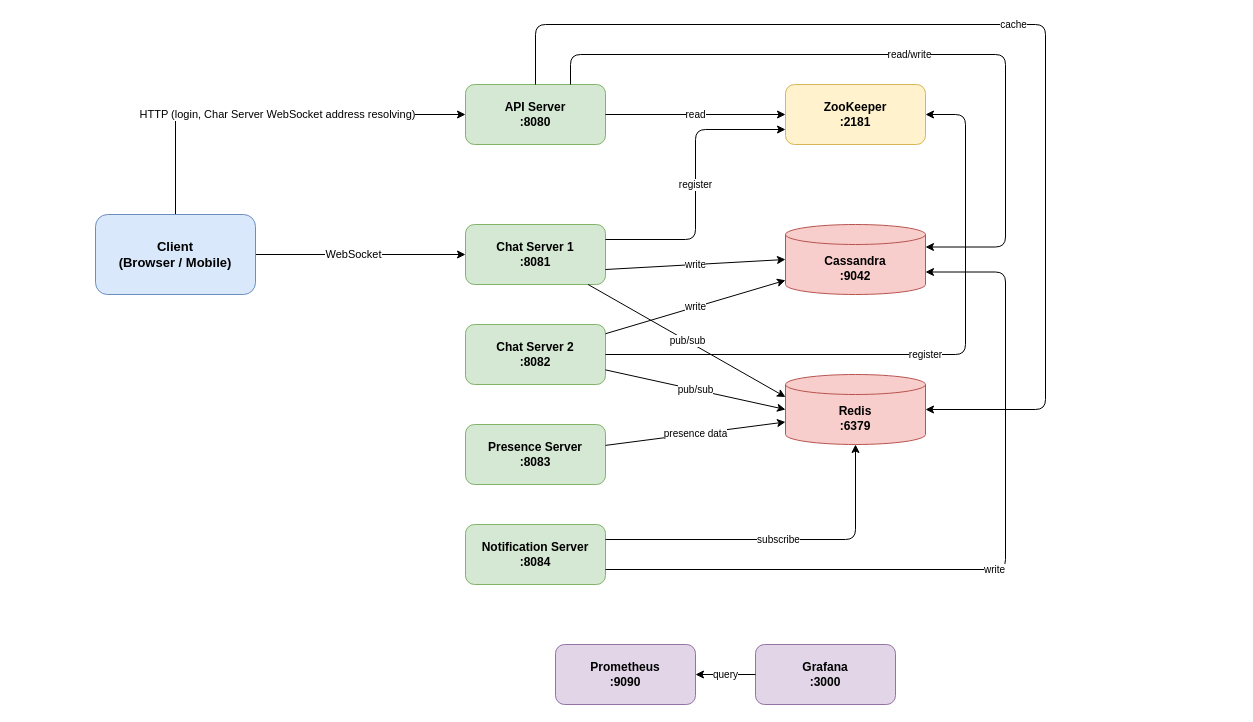
Above: docs/components.drawio in azastashkov/chat-system (draw.io), before the change. Source tidied: cells renumbered, new cells numbered last; positions are measured from the earlier drawing's top-left corner, leaving out a move shared by most shapes. Both pictures are drawn from the tidied source at 100%, with x=0, y=0 at pixel (95, 24).
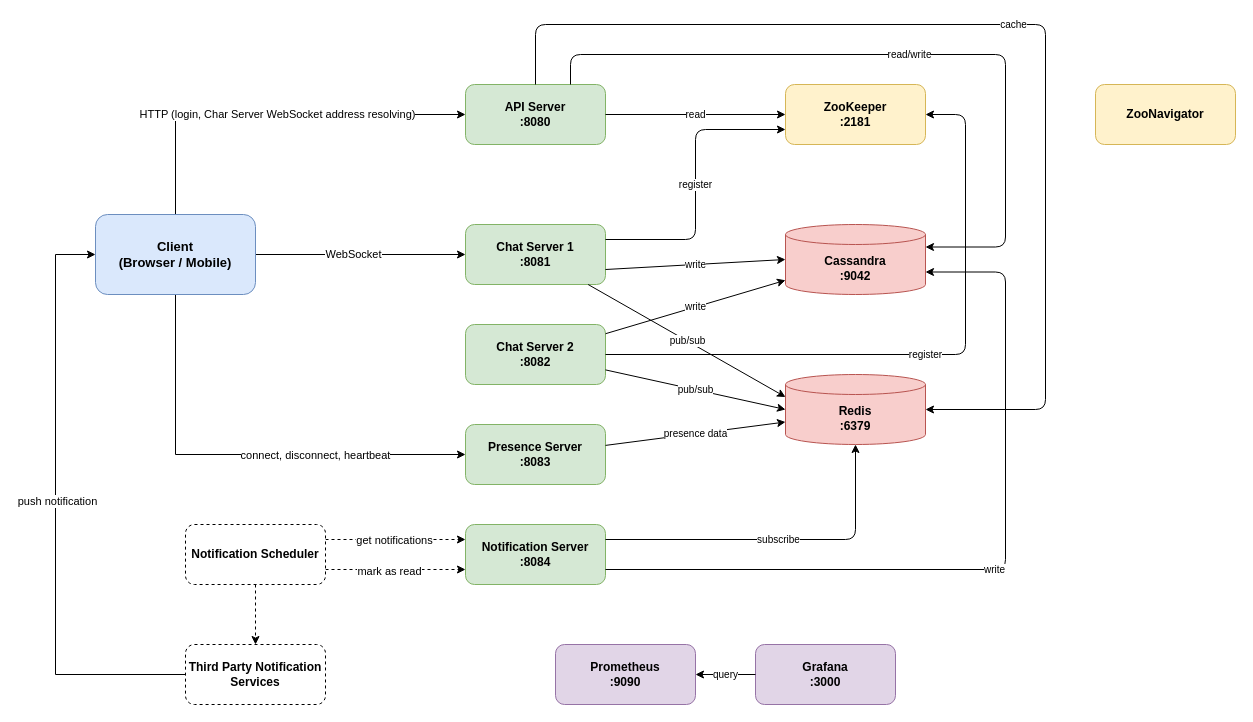
The same page after the edit.

Unchanged cells that the change refers to:
```xml
<mxCell id="6" value="Client&#10;(Browser / Mobile)" style="rounded=1;whiteSpace=wrap;html=1;fillColor=#dae8fc;strokeColor=#6c8ebf;fontStyle=1;fontSize=13;" parent="1" vertex="1">
  <mxGeometry y="190" width="160" height="80" as="geometry" />
</mxCell>
<mxCell id="10" value="Presence Server&#10;:8083" style="rounded=1;whiteSpace=wrap;html=1;fillColor=#d5e8d4;strokeColor=#82b366;fontStyle=1;fontSize=12;" parent="1" vertex="1">
  <mxGeometry x="370" y="400" width="140" height="60" as="geometry" />
</mxCell>
<mxCell id="11" value="Notification Server&#10;:8084" style="rounded=1;whiteSpace=wrap;html=1;fillColor=#d5e8d4;strokeColor=#82b366;fontStyle=1;fontSize=12;" parent="1" vertex="1">
  <mxGeometry x="370" y="500" width="140" height="60" as="geometry" />
</mxCell>
```

The edit, as a diff of the source:
```diff
@@
+    <mxCell id="30" style="edgeStyle=orthogonalEdgeStyle;rounded=0;jettySize=auto;html=1;exitX=0.5;exitY=1;exitDx=0;exitDy=0;entryX=0;entryY=0.5;entryDx=0;entryDy=0;" parent="1" edge="1" source="6" target="10">
+      <mxGeometry relative="1" as="geometry" />
+    </mxCell>
+    <mxCell id="31" value="connect, disconnect, heartbeat" style="edgeLabel;html=1;align=center;verticalAlign=middle;" parent="30" vertex="1">
+      <mxGeometry x="0.33" relative="1" as="geometry" />
+    </mxCell>
@@
+    <mxCell id="32" value="ZooNavigator" style="rounded=1;whiteSpace=wrap;html=1;fillColor=#fff2cc;strokeColor=#d6b656;fontStyle=1;fontSize=12;" parent="1" vertex="1">
+      <mxGeometry x="1000" y="60" width="140" height="60" as="geometry" />
+    </mxCell>
+    <mxCell id="33" style="edgeStyle=orthogonalEdgeStyle;rounded=0;jettySize=auto;html=1;exitX=1;exitY=0.25;exitDx=0;exitDy=0;entryX=0;entryY=0.25;entryDx=0;entryDy=0;dashed=1;" parent="1" edge="1" source="38" target="11">
+      <mxGeometry relative="1" as="geometry" />
+    </mxCell>
+    <mxCell id="34" value="get notifications" style="edgeLabel;html=1;align=center;verticalAlign=middle;" parent="33" vertex="1">
+      <mxGeometry x="-0.03" relative="1" as="geometry" />
+    </mxCell>
+    <mxCell id="35" style="edgeStyle=orthogonalEdgeStyle;rounded=0;jettySize=auto;html=1;exitX=1;exitY=0.75;exitDx=0;exitDy=0;entryX=0;entryY=0.75;entryDx=0;entryDy=0;dashed=1;" parent="1" edge="1" source="38" target="11">
+      <mxGeometry relative="1" as="geometry" />
+    </mxCell>
+    <mxCell id="36" value="mark as read" style="edgeLabel;html=1;align=center;verticalAlign=middle;" parent="35" vertex="1">
+      <mxGeometry x="-0.1" y="-1" relative="1" as="geometry" />
+    </mxCell>
+    <mxCell id="37" style="edgeStyle=orthogonalEdgeStyle;rounded=0;jettySize=auto;html=1;exitX=0.5;exitY=1;exitDx=0;exitDy=0;entryX=0.5;entryY=0;entryDx=0;entryDy=0;dashed=1;" parent="1" edge="1" source="38" target="41">
+      <mxGeometry relative="1" as="geometry" />
+    </mxCell>
+    <mxCell id="38" value="Notification Scheduler" style="rounded=1;whiteSpace=wrap;html=1;fontStyle=1;fontSize=12;dashed=1;" parent="1" vertex="1">
+      <mxGeometry x="90" y="500" width="140" height="60" as="geometry" />
+    </mxCell>
+    <mxCell id="39" style="edgeStyle=orthogonalEdgeStyle;rounded=0;jettySize=auto;html=1;exitX=0;exitY=0.5;exitDx=0;exitDy=0;entryX=0;entryY=0.5;entryDx=0;entryDy=0;" parent="1" edge="1" source="41" target="6">
+      <mxGeometry relative="1" as="geometry">
+        <Array as="points">
+          <mxPoint x="-40" y="650" />
+          <mxPoint x="-40" y="230" />
+        </Array>
+      </mxGeometry>
+    </mxCell>
+    <mxCell id="40" value="push notification" style="edgeLabel;html=1;align=center;verticalAlign=middle;" parent="39" vertex="1">
+      <mxGeometry x="0.03" y="-1" relative="1" as="geometry" />
+    </mxCell>
+    <mxCell id="41" value="Third Party Notification Services" style="rounded=1;whiteSpace=wrap;html=1;fontStyle=1;fontSize=12;dashed=1;" parent="1" vertex="1">
+      <mxGeometry x="90" y="620" width="140" height="60" as="geometry" />
+    </mxCell>
```
